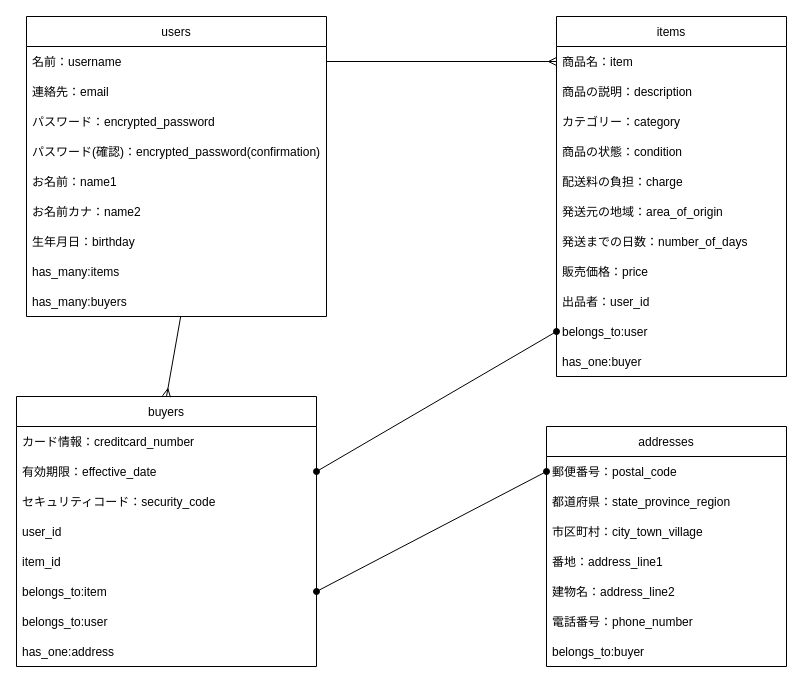
Above: test.dio in okanobuchan555/furima-27291 (draw.io), before the change. Source tidied: cells renumbered, new cells numbered last; positions are measured from the earlier drawing's top-left corner, leaving out a move shared by most shapes. Both pictures are drawn from the tidied source at 100%, with x=0, y=0 at pixel (16, 16).
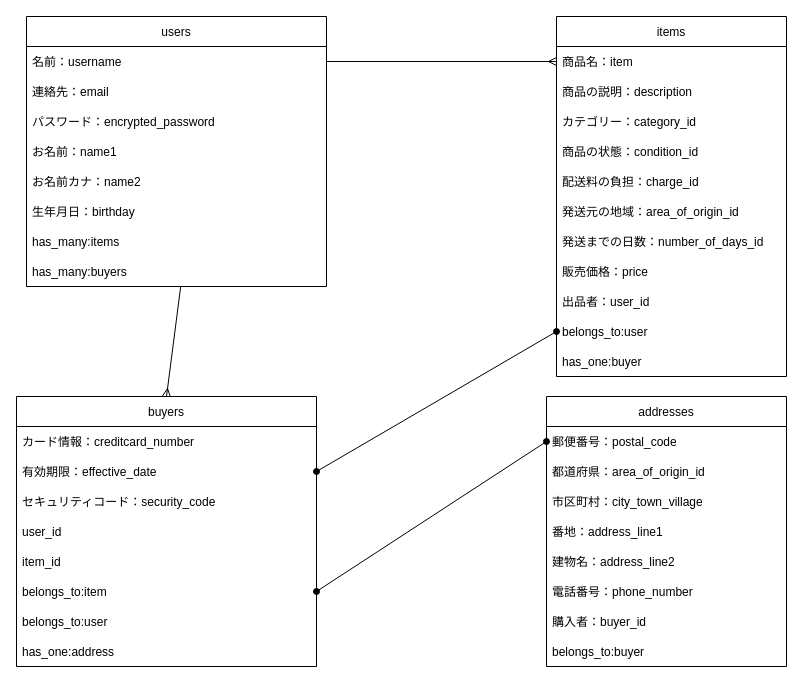
The same diagram, later.

The change refers to these unchanged cells:
```xml
<mxCell id="22" value="items" style="swimlane;fontStyle=0;horizontal=1;startSize=30;strokeColor=default;" parent="1" vertex="1">
  <mxGeometry x="540" width="230" height="360" as="geometry" />
</mxCell>
```

Diff of the diagram source:
```diff
@@
     <mxCell id="2" value="users" style="swimlane;fontStyle=0;horizontal=1;startSize=30;strokeColor=default;" parent="1" vertex="1">
-      <mxGeometry x="10" width="300" height="300" as="geometry" />
+      <mxGeometry x="10" width="300" height="270" as="geometry" />
     </mxCell>
@@
-    <mxCell id="6" value="パスワード(確認)：encrypted_password(confirmation)" style="text;strokeColor=none;fillColor=none;align=left;verticalAlign=middle;spacingLeft=4;spacingRight=4;overflow=hidden;" parent="2" vertex="1">
-      <mxGeometry y="120" width="300" height="30" as="geometry" />
-    </mxCell>
     <mxCell id="7" value="お名前：name1" style="text;strokeColor=none;fillColor=none;align=left;verticalAlign=middle;spacingLeft=4;spacingRight=4;overflow=hidden;" parent="2" vertex="1">
-      <mxGeometry y="150" width="300" height="30" as="geometry" />
+      <mxGeometry y="120" width="300" height="30" as="geometry" />
     </mxCell>
     <mxCell id="8" value="お名前カナ：name2" style="text;strokeColor=none;fillColor=none;align=left;verticalAlign=middle;spacingLeft=4;spacingRight=4;overflow=hidden;" parent="2" vertex="1">
-      <mxGeometry y="180" width="300" height="30" as="geometry" />
+      <mxGeometry y="150" width="300" height="30" as="geometry" />
     </mxCell>
     <mxCell id="9" value="生年月日：birthday" style="text;strokeColor=none;fillColor=none;align=left;verticalAlign=middle;spacingLeft=4;spacingRight=4;overflow=hidden;" parent="2" vertex="1">
-      <mxGeometry y="210" width="300" height="30" as="geometry" />
+      <mxGeometry y="180" width="300" height="30" as="geometry" />
     </mxCell>
     <mxCell id="10" value="has_many:items" style="text;strokeColor=none;fillColor=none;align=left;verticalAlign=middle;spacingLeft=4;spacingRight=4;overflow=hidden;" parent="2" vertex="1">
-      <mxGeometry y="240" width="300" height="30" as="geometry" />
+      <mxGeometry y="210" width="300" height="30" as="geometry" />
     </mxCell>
     <mxCell id="11" value="has_many:buyers" style="text;strokeColor=none;fillColor=none;align=left;verticalAlign=middle;spacingLeft=4;spacingRight=4;overflow=hidden;points=[[0,0.5],[1,0.5]];portConstraint=eastwest;" parent="2" vertex="1">
-      <mxGeometry y="270" width="300" height="30" as="geometry" />
+      <mxGeometry y="240" width="300" height="30" as="geometry" />
     </mxCell>
@@
-    <mxCell id="25" value="カテゴリー：category" style="text;strokeColor=none;fillColor=none;align=left;verticalAlign=middle;spacingLeft=4;spacingRight=4;overflow=hidden;" parent="22" vertex="1">
+    <mxCell id="25" value="カテゴリー：category_id" style="text;strokeColor=none;fillColor=none;align=left;verticalAlign=middle;spacingLeft=4;spacingRight=4;overflow=hidden;" parent="22" vertex="1">
       <mxGeometry y="90" width="230" height="30" as="geometry" />
     </mxCell>
-    <mxCell id="26" value="商品の状態：condition" style="text;strokeColor=none;fillColor=none;align=left;verticalAlign=middle;spacingLeft=4;spacingRight=4;overflow=hidden;" parent="22" vertex="1">
+    <mxCell id="26" value="商品の状態：condition_id" style="text;strokeColor=none;fillColor=none;align=left;verticalAlign=middle;spacingLeft=4;spacingRight=4;overflow=hidden;" parent="22" vertex="1">
       <mxGeometry y="120" width="230" height="30" as="geometry" />
     </mxCell>
-    <mxCell id="27" value="配送料の負担：charge" style="text;strokeColor=none;fillColor=none;align=left;verticalAlign=middle;spacingLeft=4;spacingRight=4;overflow=hidden;" parent="22" vertex="1">
+    <mxCell id="27" value="配送料の負担：charge_id" style="text;strokeColor=none;fillColor=none;align=left;verticalAlign=middle;spacingLeft=4;spacingRight=4;overflow=hidden;" parent="22" vertex="1">
       <mxGeometry y="150" width="230" height="30" as="geometry" />
     </mxCell>
-    <mxCell id="28" value="発送元の地域：area_of_origin" style="text;strokeColor=none;fillColor=none;align=left;verticalAlign=middle;spacingLeft=4;spacingRight=4;overflow=hidden;" parent="22" vertex="1">
+    <mxCell id="28" value="発送元の地域：area_of_origin_id" style="text;strokeColor=none;fillColor=none;align=left;verticalAlign=middle;spacingLeft=4;spacingRight=4;overflow=hidden;" parent="22" vertex="1">
       <mxGeometry y="180" width="230" height="30" as="geometry" />
     </mxCell>
-    <mxCell id="29" value="発送までの日数：number_of_days" style="text;strokeColor=none;fillColor=none;align=left;verticalAlign=middle;spacingLeft=4;spacingRight=4;overflow=hidden;" parent="22" vertex="1">
+    <mxCell id="29" value="発送までの日数：number_of_days_id" style="text;strokeColor=none;fillColor=none;align=left;verticalAlign=middle;spacingLeft=4;spacingRight=4;overflow=hidden;" parent="22" vertex="1">
       <mxGeometry y="210" width="230" height="30" as="geometry" />
     </mxCell>
@@
     <mxCell id="36" value="addresses" style="swimlane;fontStyle=0;horizontal=1;startSize=30;strokeColor=default;" parent="1" vertex="1">
-      <mxGeometry x="530" y="410" width="240" height="240" as="geometry" />
+      <mxGeometry x="530" y="380" width="240" height="270" as="geometry" />
     </mxCell>
@@
-    <mxCell id="38" value="都道府県：state_province_region" style="text;strokeColor=none;fillColor=none;align=left;verticalAlign=middle;spacingLeft=4;spacingRight=4;overflow=hidden;" parent="36" vertex="1">
+    <mxCell id="38" value="都道府県：area_of_origin_id" style="text;strokeColor=none;fillColor=none;align=left;verticalAlign=middle;spacingLeft=4;spacingRight=4;overflow=hidden;" parent="36" vertex="1">
       <mxGeometry y="60" width="240" height="30" as="geometry" />
     </mxCell>
@@
+    <mxCell id="45" value="購入者：buyer_id" style="text;strokeColor=none;fillColor=none;align=left;verticalAlign=middle;spacingLeft=4;spacingRight=4;overflow=hidden;" parent="36" vertex="1">
+      <mxGeometry y="210" width="240" height="30" as="geometry" />
+    </mxCell>
     <mxCell id="43" value="belongs_to:buyer" style="text;strokeColor=none;fillColor=none;align=left;verticalAlign=middle;spacingLeft=4;spacingRight=4;overflow=hidden;" parent="36" vertex="1">
-      <mxGeometry y="210" width="240" height="30" as="geometry" />
+      <mxGeometry y="240" width="240" height="30" as="geometry" />
     </mxCell>
```
